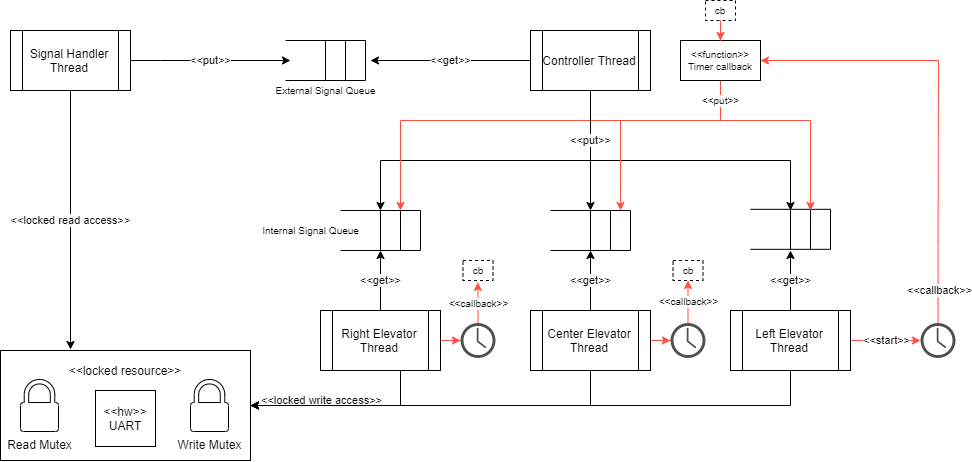
The draw.io diagram arquitetura/architecture.png in danilofuchs/TM4C1294_Elevator_Control, before a commit. Source tidied: cells renumbered, new cells last; positions are measured from the earlier drawing's top-left corner, leaving out a move shared by most shapes.
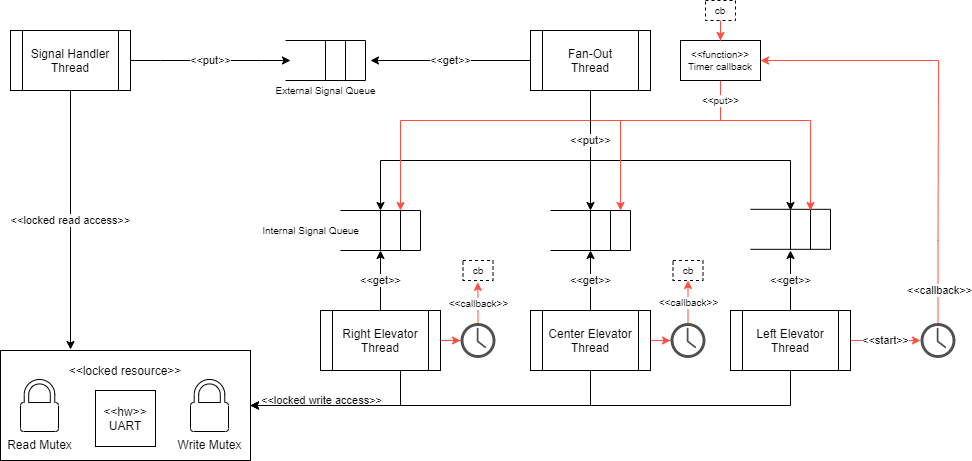
The same diagram one commit later.

Commit message:
feat: State machine diagrams

The edit, as a diff of the source:
```diff
@@ -43,7 +43,7 @@
     <mxCell id="10" value="&amp;lt;&amp;lt;start&amp;gt;&amp;gt;" style="edgeStyle=orthogonalEdgeStyle;rounded=0;jettySize=auto;html=1;exitX=1;exitY=0.5;exitDx=0;exitDy=0;strokeColor=#FF4F42;" parent="1" edge="1" source="17" target="51">
       <mxGeometry relative="1" as="geometry" />
     </mxCell>
-    <mxCell id="11" value="Controller Thread" style="shape=process;whiteSpace=wrap;html=1;backgroundOutline=1;" parent="1" vertex="1">
+    <mxCell id="11" value="Fan-Out&lt;br&gt;Thread" style="shape=process;whiteSpace=wrap;html=1;backgroundOutline=1;" parent="1" vertex="1">
       <mxGeometry x="530" y="30" width="120" height="60" as="geometry" />
     </mxCell>
     <mxCell id="12" value="&amp;lt;&amp;lt;locked read access&amp;gt;&amp;gt;" style="edgeStyle=orthogonalEdgeStyle;rounded=0;jettySize=auto;html=1;entryX=0.28;entryY=-0.009;entryDx=0;entryDy=0;entryPerimeter=0;" parent="1" edge="1" source="14" target="3">
```
